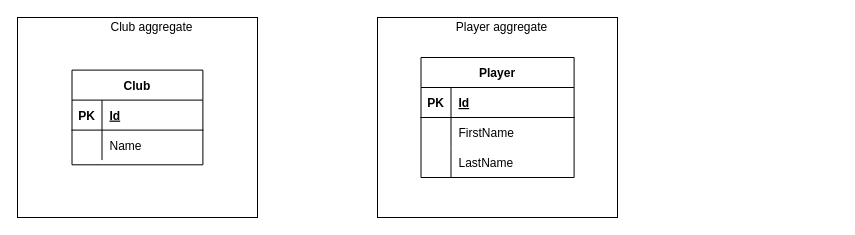
Above: documentation/ERD.drawio in steffbeckers/snooker (draw.io), before the change. Source tidied: cells renumbered, new cells numbered last; positions are measured from the earlier drawing's top-left corner, leaving out a move shared by most shapes. Both pictures are drawn from the tidied source at 100%, with x=0, y=0 at pixel (17, 17).
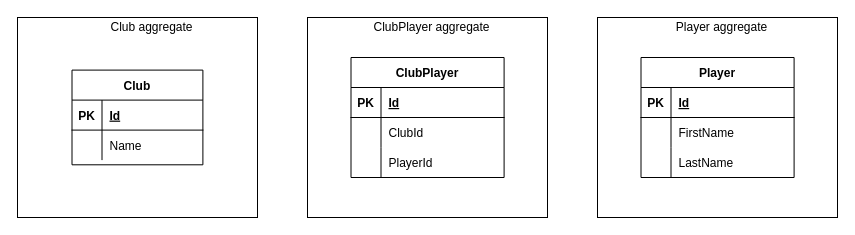
Above is the later version.

Diff of the diagram source:
```diff
@@
     <mxCell id="2" style="group;" parent="1" vertex="1">
-      <mxGeometry x="360" width="240" height="200" as="geometry" />
+      <mxGeometry x="580" width="240" height="200" as="geometry" />
     </mxCell>
@@
+    <mxCell id="25" style="group;" parent="1" vertex="1">
+      <mxGeometry x="290" width="240" height="200" as="geometry" />
+    </mxCell>
+    <mxCell id="26" style="whiteSpace=wrap;html=1;" parent="25" vertex="1">
+      <mxGeometry width="240" height="200" as="geometry" />
+    </mxCell>
+    <mxCell id="27" value="ClubPlayer aggregate" style="text;html=1;align=center;verticalAlign=middle;strokeColor=none;" parent="25" vertex="1">
+      <mxGeometry x="59.2" width="130" height="20" as="geometry" />
+    </mxCell>
+    <mxCell id="28" value="ClubPlayer" style="shape=table;startSize=30;childLayout=tableLayout;rowLines=0;fontStyle=1;align=center;" parent="25" vertex="1">
+      <mxGeometry x="43.5" y="40" width="153.1" height="120" as="geometry" />
+    </mxCell>
+    <mxCell id="29" style="shape=partialRectangle;fillColor=none;top=0;left=0;bottom=1;right=0;" parent="28" vertex="1">
+      <mxGeometry y="30" width="153.1" height="30" as="geometry" />
+    </mxCell>
+    <mxCell id="30" value="PK" style="shape=partialRectangle;fillColor=none;top=0;left=0;bottom=0;right=0;fontStyle=1;overflow=hidden;" parent="29" vertex="1">
+      <mxGeometry width="30" height="30" as="geometry" />
+    </mxCell>
+    <mxCell id="31" value="Id" style="shape=partialRectangle;fillColor=none;top=0;left=0;bottom=0;right=0;align=left;spacingLeft=6;fontStyle=5;overflow=hidden;" parent="29" vertex="1">
+      <mxGeometry x="30" width="123.1" height="30" as="geometry" />
+    </mxCell>
+    <mxCell id="32" style="shape=partialRectangle;fillColor=none;top=0;left=0;bottom=0;right=0;" parent="28" vertex="1">
+      <mxGeometry y="60" width="153.1" height="30" as="geometry" />
+    </mxCell>
+    <mxCell id="33" style="shape=partialRectangle;fillColor=none;top=0;left=0;bottom=0;right=0;overflow=hidden;" parent="32" vertex="1">
+      <mxGeometry width="30" height="30" as="geometry" />
+    </mxCell>
+    <mxCell id="34" value="ClubId" style="shape=partialRectangle;fillColor=none;top=0;left=0;bottom=0;right=0;align=left;spacingLeft=6;overflow=hidden;" parent="32" vertex="1">
+      <mxGeometry x="30" width="123.1" height="30" as="geometry" />
+    </mxCell>
+    <mxCell id="35" style="shape=partialRectangle;fillColor=none;top=0;left=0;bottom=0;right=0;" parent="28" vertex="1">
+      <mxGeometry y="90" width="153.1" height="30" as="geometry" />
+    </mxCell>
+    <mxCell id="36" style="shape=partialRectangle;fillColor=none;top=0;left=0;bottom=0;right=0;overflow=hidden;" parent="35" vertex="1">
+      <mxGeometry width="30" height="30" as="geometry" />
+    </mxCell>
+    <mxCell id="37" value="PlayerId" style="shape=partialRectangle;fillColor=none;top=0;left=0;bottom=0;right=0;align=left;spacingLeft=6;overflow=hidden;" parent="35" vertex="1">
+      <mxGeometry x="30" width="123.1" height="30" as="geometry" />
+    </mxCell>
```
